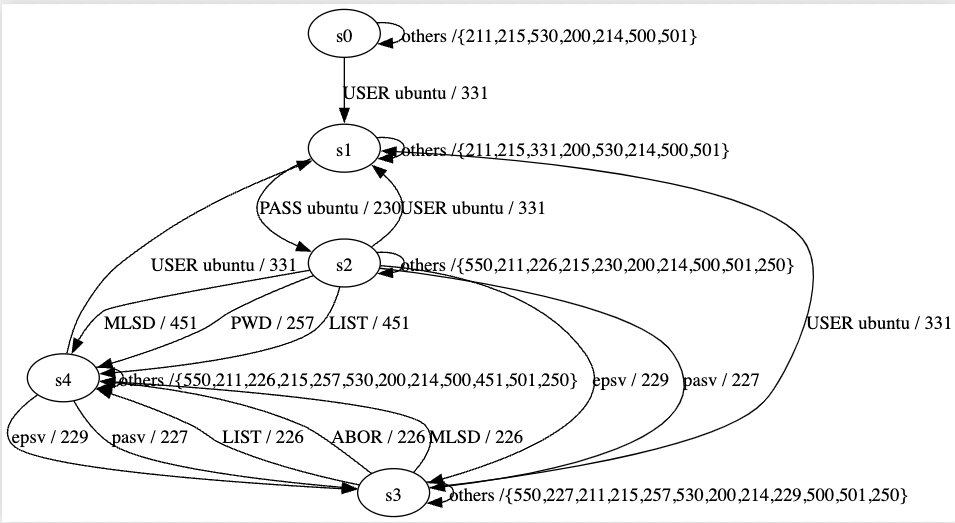
cristiandaniele/ftp-statemodel-learner keeps this Graphviz diagram as State models/Light FTP.png. Above is the earlier version. Its source is kept beside it as State models/Light FTP.dot.
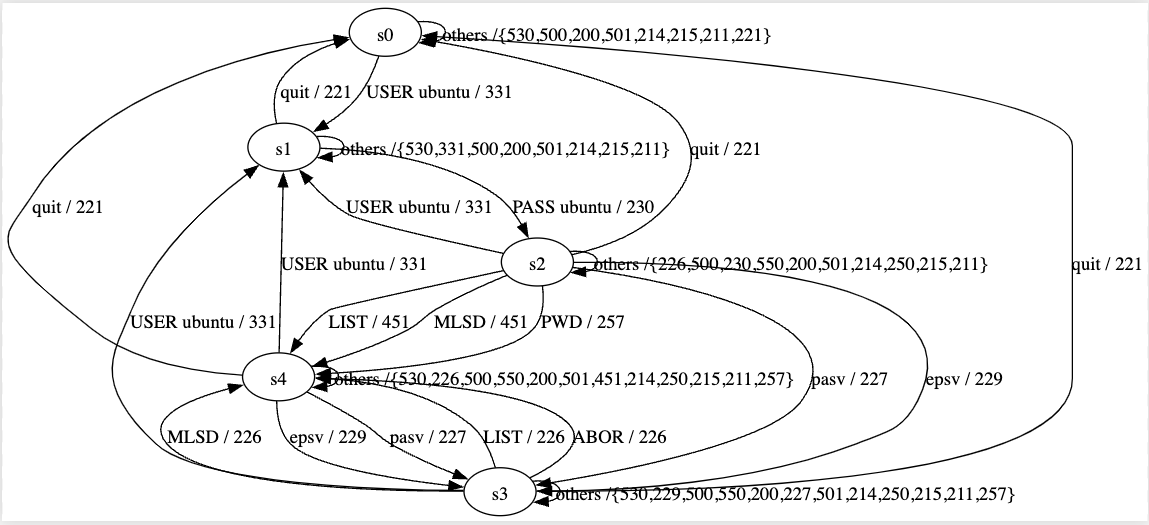
After the commit.

The edit, as a diff of the source:
```diff
@@ -1,27 +1,172 @@
-digraph  {
-s0;
-s1;
-s2;
-s3;
-s4;
-s0 -> s1  [key=0, label="USER ubuntu / 331"];
-s0 -> s0  [key=0, label="others /{211,215,530,200,214,500,501}"];
-s1 -> s2  [key=0, label="PASS ubuntu / 230"];
-s1 -> s1  [key=0, label="others /{211,215,331,200,530,214,500,501}"];
-s2 -> s1  [key=0, label="USER ubuntu / 331"];
-s2 -> s3  [key=0, label="epsv / 229"];
-s2 -> s3  [key=1, label="pasv / 227"];
-s2 -> s4  [key=0, label="PWD / 257"];
-s2 -> s4  [key=1, label="LIST / 451"];
-s2 -> s4  [key=2, label="MLSD / 451"];
-s2 -> s2  [key=0, label="others /{550,211,226,215,230,200,214,500,501,250}"];
-s3 -> s1  [key=0, label="USER ubuntu / 331"];
-s3 -> s4  [key=0, label="LIST / 226"];
-s3 -> s4  [key=1, label="ABOR / 226"];
-s3 -> s4  [key=2, label="MLSD / 226"];
-s3 -> s3  [key=0, label="others /{550,227,211,215,257,530,200,214,229,500,501,250}"];
-s4 -> s1  [key=0, label="USER ubuntu / 331"];
-s4 -> s3  [key=0, label="epsv / 229"];
-s4 -> s3  [key=1, label="pasv / 227"];
-s4 -> s4  [key=0, label="others /{550,211,226,215,257,530,200,214,500,451,501,250}"];
+digraph g {
+
+	s0 [shape="circle" label="0"];
+	s1 [shape="circle" label="1"];
+	s2 [shape="circle" label="2"];
+	s3 [shape="circle" label="3"];
+	s4 [shape="circle" label="4"];
+	s0 -> s1 [label="USER ubuntu / 331"];
+	s0 -> s0 [label="PASS ubuntu / 530"];
+	s0 -> s0 [label="epsv / 530"];
+	s0 -> s0 [label="pasv / 530"];
+	s0 -> s0 [label="CDUP / 530"];
+	s0 -> s0 [label="NOOP / 200"];
+	s0 -> s0 [label="PWD / 530"];
+	s0 -> s0 [label="TYPE / 530"];
+	s0 -> s0 [label="PORT / 530"];
+	s0 -> s0 [label="LIST / 530"];
+	s0 -> s0 [label="CWD / 530"];
+	s0 -> s0 [label="RETR / 530"];
+	s0 -> s0 [label="ABOR / 530"];
+	s0 -> s0 [label="DELE / 530"];
+	s0 -> s0 [label="REST / 530"];
+	s0 -> s0 [label="SIZE / 530"];
+	s0 -> s0 [label="MKD / 530"];
+	s0 -> s0 [label="RMD / 530"];
+	s0 -> s0 [label="STOR / 530"];
+	s0 -> s0 [label="SYST / 215"];
+	s0 -> s0 [label="APPE / 530"];
+	s0 -> s0 [label="RNFR / 530"];
+	s0 -> s0 [label="RNTO / 530"];
+	s0 -> s0 [label="OPTS / 500"];
+	s0 -> s0 [label="MLSD / 530"];
+	s0 -> s0 [label="AUTH / 501"];
+	s0 -> s0 [label="PBSZ / 501"];
+	s0 -> s0 [label="PROT / 530"];
+	s0 -> s0 [label="SITE / 500"];
+	s0 -> s0 [label="feat / 211"];
+	s0 -> s0 [label="help / 214"];
+	s0 -> s0 [label="quit / 221"];
+	s1 -> s1 [label="USER ubuntu / 331"];
+	s1 -> s2 [label="PASS ubuntu / 230"];
+	s1 -> s1 [label="epsv / 530"];
+	s1 -> s1 [label="pasv / 530"];
+	s1 -> s1 [label="CDUP / 530"];
+	s1 -> s1 [label="NOOP / 200"];
+	s1 -> s1 [label="PWD / 530"];
+	s1 -> s1 [label="TYPE / 530"];
+	s1 -> s1 [label="PORT / 530"];
+	s1 -> s1 [label="LIST / 530"];
+	s1 -> s1 [label="CWD / 530"];
+	s1 -> s1 [label="RETR / 530"];
+	s1 -> s1 [label="ABOR / 530"];
+	s1 -> s1 [label="DELE / 530"];
+	s1 -> s1 [label="REST / 530"];
+	s1 -> s1 [label="SIZE / 530"];
+	s1 -> s1 [label="MKD / 530"];
+	s1 -> s1 [label="RMD / 530"];
+	s1 -> s1 [label="STOR / 530"];
+	s1 -> s1 [label="SYST / 215"];
+	s1 -> s1 [label="APPE / 530"];
+	s1 -> s1 [label="RNFR / 530"];
+	s1 -> s1 [label="RNTO / 530"];
+	s1 -> s1 [label="OPTS / 500"];
+	s1 -> s1 [label="MLSD / 530"];
+	s1 -> s1 [label="AUTH / 501"];
+	s1 -> s1 [label="PBSZ / 501"];
+	s1 -> s1 [label="PROT / 530"];
+	s1 -> s1 [label="SITE / 500"];
+	s1 -> s1 [label="feat / 211"];
+	s1 -> s1 [label="help / 214"];
+	s1 -> s0 [label="quit / 221"];
+	s2 -> s1 [label="USER ubuntu / 331"];
+	s2 -> s2 [label="PASS ubuntu / 230"];
+	s2 -> s3 [label="epsv / 229"];
+	s2 -> s3 [label="pasv / 227"];
+	s2 -> s2 [label="CDUP / 250"];
+	s2 -> s2 [label="NOOP / 200"];
+	s2 -> s4 [label="PWD / 257"];
+	s2 -> s2 [label="TYPE / 501"];
+	s2 -> s2 [label="PORT / 501"];
+	s2 -> s4 [label="LIST / 451"];
+	s2 -> s2 [label="CWD / 501"];
+	s2 -> s2 [label="RETR / 501"];
+	s2 -> s2 [label="ABOR / 226"];
+	s2 -> s2 [label="DELE / 550"];
+	s2 -> s2 [label="REST / 501"];
+	s2 -> s2 [label="SIZE / 501"];
+	s2 -> s2 [label="MKD / 501"];
+	s2 -> s2 [label="RMD / 550"];
+	s2 -> s2 [label="STOR / 501"];
+	s2 -> s2 [label="SYST / 215"];
+	s2 -> s2 [label="APPE / 550"];
+	s2 -> s2 [label="RNFR / 550"];
+	s2 -> s2 [label="RNTO / 550"];
+	s2 -> s2 [label="OPTS / 500"];
+	s2 -> s4 [label="MLSD / 451"];
+	s2 -> s2 [label="AUTH / 501"];
+	s2 -> s2 [label="PBSZ / 501"];
+	s2 -> s2 [label="PROT / 501"];
+	s2 -> s2 [label="SITE / 500"];
+	s2 -> s2 [label="feat / 211"];
+	s2 -> s2 [label="help / 214"];
+	s2 -> s0 [label="quit / 221"];
+	s3 -> s1 [label="USER ubuntu / 331"];
+	s3 -> s3 [label="PASS ubuntu / 530"];
+	s3 -> s3 [label="epsv / 229"];
+	s3 -> s3 [label="pasv / 227"];
+	s3 -> s3 [label="CDUP / 250"];
+	s3 -> s3 [label="NOOP / 200"];
+	s3 -> s3 [label="PWD / 257"];
+	s3 -> s3 [label="TYPE / 501"];
+	s3 -> s3 [label="PORT / 501"];
+	s3 -> s4 [label="LIST / 226"];
+	s3 -> s3 [label="CWD / 501"];
+	s3 -> s3 [label="RETR / 501"];
+	s3 -> s4 [label="ABOR / 226"];
+	s3 -> s3 [label="DELE / 550"];
+	s3 -> s3 [label="REST / 501"];
+	s3 -> s3 [label="SIZE / 501"];
+	s3 -> s3 [label="MKD / 501"];
+	s3 -> s3 [label="RMD / 550"];
+	s3 -> s3 [label="STOR / 501"];
+	s3 -> s3 [label="SYST / 215"];
+	s3 -> s3 [label="APPE / 550"];
+	s3 -> s3 [label="RNFR / 550"];
+	s3 -> s3 [label="RNTO / 550"];
+	s3 -> s3 [label="OPTS / 500"];
+	s3 -> s4 [label="MLSD / 226"];
+	s3 -> s3 [label="AUTH / 501"];
+	s3 -> s3 [label="PBSZ / 501"];
+	s3 -> s3 [label="PROT / 501"];
+	s3 -> s3 [label="SITE / 500"];
+	s3 -> s3 [label="feat / 211"];
+	s3 -> s3 [label="help / 214"];
+	s3 -> s0 [label="quit / 221"];
+	s4 -> s1 [label="USER ubuntu / 331"];
+	s4 -> s4 [label="PASS ubuntu / 530"];
+	s4 -> s3 [label="epsv / 229"];
+	s4 -> s3 [label="pasv / 227"];
+	s4 -> s4 [label="CDUP / 250"];
+	s4 -> s4 [label="NOOP / 200"];
+	s4 -> s4 [label="PWD / 257"];
+	s4 -> s4 [label="TYPE / 501"];
+	s4 -> s4 [label="PORT / 501"];
+	s4 -> s4 [label="LIST / 451"];
+	s4 -> s4 [label="CWD / 501"];
+	s4 -> s4 [label="RETR / 501"];
+	s4 -> s4 [label="ABOR / 226"];
+	s4 -> s4 [label="DELE / 550"];
+	s4 -> s4 [label="REST / 501"];
+	s4 -> s4 [label="SIZE / 501"];
+	s4 -> s4 [label="MKD / 501"];
+	s4 -> s4 [label="RMD / 550"];
+	s4 -> s4 [label="STOR / 501"];
+	s4 -> s4 [label="SYST / 215"];
+	s4 -> s4 [label="APPE / 550"];
+	s4 -> s4 [label="RNFR / 550"];
+	s4 -> s4 [label="RNTO / 550"];
+	s4 -> s4 [label="OPTS / 500"];
+	s4 -> s4 [label="MLSD / 451"];
+	s4 -> s4 [label="AUTH / 501"];
+	s4 -> s4 [label="PBSZ / 501"];
+	s4 -> s4 [label="PROT / 501"];
+	s4 -> s4 [label="SITE / 500"];
+	s4 -> s4 [label="feat / 211"];
+	s4 -> s4 [label="help / 214"];
+	s4 -> s0 [label="quit / 221"];
+
+__start0 [label="" shape="none" width="0" height="0"];
+__start0 -> s0;
+
 }
```
